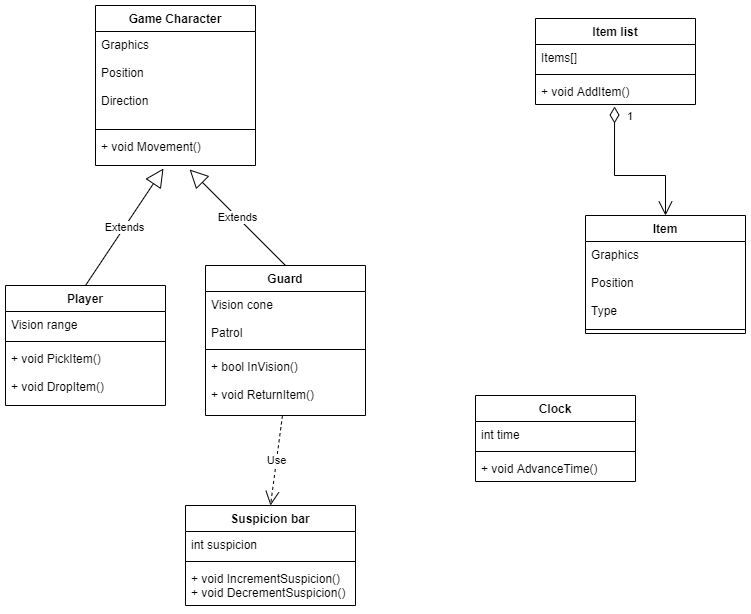
ivo-hr/last_escape_nnd keeps this draw.io diagram as images/diagramaUML.png. Above is the earlier version. Source tidied: cells renumbered, new cells last; positions are measured from the earlier drawing's top-left corner, leaving out a move shared by most shapes.
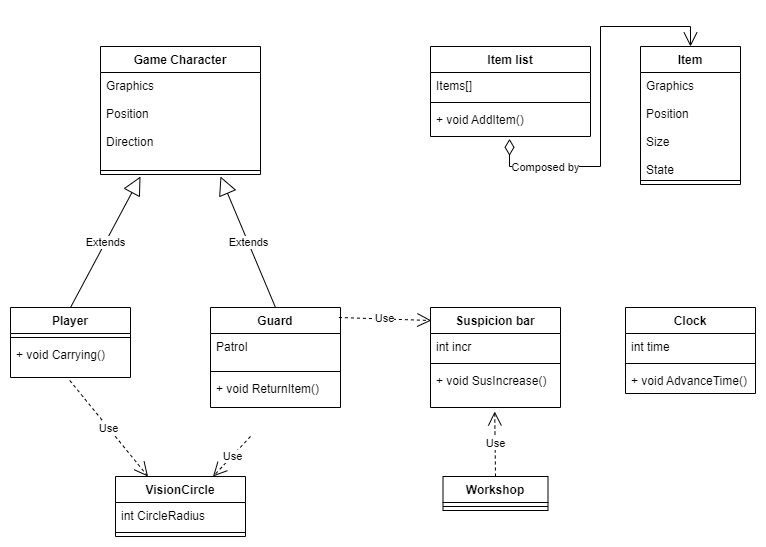
After the commit.

Change to the diagram source:
```diff
@@ -3,7 +3,7 @@
     <mxCell id="0" />
     <mxCell id="1" parent="0" />
     <mxCell id="2" value="Game Character&#10;" style="swimlane;fontStyle=1;align=center;verticalAlign=top;horizontal=1;startSize=26;" parent="1" vertex="1">
-      <mxGeometry x="90" width="160" height="160" as="geometry" />
+      <mxGeometry x="90" width="160" height="128" as="geometry" />
     </mxCell>
     <mxCell id="3" value="Graphics&#10; &#10;Position&#10;&#10;Direction&#10;" style="text;strokeColor=none;fillColor=none;align=left;verticalAlign=top;spacingLeft=4;spacingRight=4;overflow=hidden;" parent="2" vertex="1">
       <mxGeometry y="26" width="160" height="94" as="geometry" />
@@ -11,94 +11,125 @@
     <mxCell id="4" style="line;strokeWidth=1;fillColor=none;align=left;verticalAlign=middle;spacingTop=-1;spacingLeft=3;spacingRight=3;labelPosition=right;" parent="2" vertex="1">
       <mxGeometry y="120" width="160" height="8" as="geometry" />
     </mxCell>
-    <mxCell id="5" value="+ void Movement()" style="text;strokeColor=none;fillColor=none;align=left;verticalAlign=top;spacingLeft=4;spacingRight=4;overflow=hidden;points=[[0,0.5],[1,0.5]];portConstraint=eastwest;" parent="2" vertex="1">
-      <mxGeometry y="128" width="160" height="32" as="geometry" />
-    </mxCell>
     <mxCell id="6" value="Player" style="swimlane;fontStyle=1;align=center;verticalAlign=top;horizontal=1;startSize=26;" parent="1" vertex="1">
-      <mxGeometry y="280" width="160" height="120" as="geometry" />
+      <mxGeometry y="261" width="120" height="70" as="geometry" />
     </mxCell>
-    <mxCell id="7" value="Vision range" style="text;strokeColor=none;fillColor=none;align=left;verticalAlign=top;spacingLeft=4;spacingRight=4;overflow=hidden;" parent="6" vertex="1">
-      <mxGeometry y="26" width="160" height="26" as="geometry" />
-    </mxCell>
-    <mxCell id="8" style="line;strokeWidth=1;fillColor=none;align=left;verticalAlign=middle;spacingTop=-1;spacingLeft=3;spacingRight=3;labelPosition=right;" parent="6" vertex="1">
-      <mxGeometry y="52" width="160" height="8" as="geometry" />
-    </mxCell>
-    <mxCell id="9" value="+ void PickItem()&#10;&#10;+ void DropItem()" style="text;strokeColor=none;fillColor=none;align=left;verticalAlign=top;spacingLeft=4;spacingRight=4;overflow=hidden;" parent="6" vertex="1">
-      <mxGeometry y="60" width="160" height="60" as="geometry" />
-    </mxCell>
+    <mxCell id="33" style="line;strokeWidth=1;fillColor=none;align=left;verticalAlign=middle;spacingTop=-1;spacingLeft=3;spacingRight=3;labelPosition=right;" parent="6" vertex="1">
+      <mxGeometry y="26" width="120" height="8" as="geometry" />
+    </mxCell>
+    <mxCell id="34" value="+ void Carrying()" style="text;strokeColor=none;fillColor=none;align=left;verticalAlign=top;spacingLeft=4;spacingRight=4;overflow=hidden;points=[[0,0.5],[1,0.5]];portConstraint=eastwest;" parent="6" vertex="1">
+      <mxGeometry y="34" width="120" height="36" as="geometry" />
+    </mxCell>
     <mxCell id="10" value="Guard" style="swimlane;fontStyle=1;align=center;verticalAlign=top;horizontal=1;startSize=26;" parent="1" vertex="1">
-      <mxGeometry x="200" y="260" width="160" height="150" as="geometry" />
+      <mxGeometry x="200" y="261" width="130" height="100" as="geometry" />
     </mxCell>
-    <mxCell id="11" value="Vision cone&#10;&#10;Patrol" style="text;strokeColor=none;fillColor=none;align=left;verticalAlign=top;spacingLeft=4;spacingRight=4;overflow=hidden;" parent="10" vertex="1">
-      <mxGeometry y="26" width="160" height="54" as="geometry" />
-    </mxCell>
-    <mxCell id="12" style="line;strokeWidth=1;fillColor=none;align=left;verticalAlign=middle;spacingTop=-1;spacingLeft=3;spacingRight=3;labelPosition=right;" parent="10" vertex="1">
-      <mxGeometry y="80" width="160" height="8" as="geometry" />
-    </mxCell>
-    <mxCell id="13" value="+ bool InVision()&#10;&#10;+ void ReturnItem() " style="text;strokeColor=none;fillColor=none;align=left;verticalAlign=top;spacingLeft=4;spacingRight=4;overflow=hidden;points=[[0,0.5],[1,0.5]];portConstraint=eastwest;" parent="10" vertex="1">
-      <mxGeometry y="88" width="160" height="62" as="geometry" />
-    </mxCell>
+    <mxCell id="35" value="Patrol" style="text;strokeColor=none;fillColor=none;align=left;verticalAlign=top;spacingLeft=4;spacingRight=4;overflow=hidden;" parent="10" vertex="1">
+      <mxGeometry y="26" width="130" height="34" as="geometry" />
+    </mxCell>
+    <mxCell id="36" style="line;strokeWidth=1;fillColor=none;align=left;verticalAlign=middle;spacingTop=-1;spacingLeft=3;spacingRight=3;labelPosition=right;" parent="10" vertex="1">
+      <mxGeometry y="60" width="130" height="8" as="geometry" />
+    </mxCell>
+    <mxCell id="37" value="+ void ReturnItem() " style="text;strokeColor=none;fillColor=none;align=left;verticalAlign=top;spacingLeft=4;spacingRight=4;overflow=hidden;" parent="10" vertex="1">
+      <mxGeometry y="68" width="130" height="32" as="geometry" />
+    </mxCell>
     <mxCell id="14" value="Suspicion bar" style="swimlane;fontStyle=1;align=center;verticalAlign=top;horizontal=1;startSize=26;" parent="1" vertex="1">
-      <mxGeometry x="180" y="500" width="170" height="100" as="geometry" />
+      <mxGeometry x="420" y="261" width="130" height="100" as="geometry" />
     </mxCell>
-    <mxCell id="15" value="int suspicion" style="text;strokeColor=none;fillColor=none;align=left;verticalAlign=top;spacingLeft=4;spacingRight=4;overflow=hidden;" parent="14" vertex="1">
-      <mxGeometry y="26" width="170" height="26" as="geometry" />
-    </mxCell>
-    <mxCell id="16" style="line;strokeWidth=1;fillColor=none;align=left;verticalAlign=middle;spacingTop=-1;spacingLeft=3;spacingRight=3;labelPosition=right;" parent="14" vertex="1">
-      <mxGeometry y="52" width="170" height="8" as="geometry" />
-    </mxCell>
-    <mxCell id="17" value="+ void IncrementSuspicion()&#10;+ void DecrementSuspicion()" style="text;strokeColor=none;fillColor=none;align=left;verticalAlign=top;spacingLeft=4;spacingRight=4;overflow=hidden;" parent="14" vertex="1">
-      <mxGeometry y="60" width="170" height="40" as="geometry" />
-    </mxCell>
+    <mxCell id="38" value="int incr" style="text;strokeColor=none;fillColor=none;align=left;verticalAlign=top;spacingLeft=4;spacingRight=4;overflow=hidden;" parent="14" vertex="1">
+      <mxGeometry y="26" width="130" height="26" as="geometry" />
+    </mxCell>
+    <mxCell id="39" style="line;strokeWidth=1;fillColor=none;align=left;verticalAlign=middle;spacingTop=-1;spacingLeft=3;spacingRight=3;labelPosition=right;" parent="14" vertex="1">
+      <mxGeometry y="52" width="130" height="8" as="geometry" />
+    </mxCell>
+    <mxCell id="40" value="+ void SusIncrease()" style="text;strokeColor=none;fillColor=none;align=left;verticalAlign=top;spacingLeft=4;spacingRight=4;overflow=hidden;points=[[0,0.5],[1,0.5]];portConstraint=eastwest;" parent="14" vertex="1">
+      <mxGeometry y="60" width="130" height="40" as="geometry" />
+    </mxCell>
     <mxCell id="18" value="Clock&#10;" style="swimlane;fontStyle=1;align=center;verticalAlign=top;horizontal=1;startSize=26;" parent="1" vertex="1">
-      <mxGeometry x="470" y="390" width="160" height="86" as="geometry" />
+      <mxGeometry x="615" y="261" width="130" height="86" as="geometry" />
     </mxCell>
     <mxCell id="19" value="int time" style="text;strokeColor=none;fillColor=none;align=left;verticalAlign=top;spacingLeft=4;spacingRight=4;overflow=hidden;" parent="18" vertex="1">
-      <mxGeometry y="26" width="160" height="26" as="geometry" />
+      <mxGeometry y="26" width="130" height="26" as="geometry" />
     </mxCell>
-    <mxCell id="20" style="line;strokeWidth=1;fillColor=none;align=left;verticalAlign=middle;spacingTop=-1;spacingLeft=3;spacingRight=3;labelPosition=right;" parent="18" vertex="1">
-      <mxGeometry y="52" width="160" height="8" as="geometry" />
-    </mxCell>
+    <mxCell id="41" style="line;strokeWidth=1;fillColor=none;align=left;verticalAlign=middle;spacingTop=-1;spacingLeft=3;spacingRight=3;labelPosition=right;" parent="18" vertex="1">
+      <mxGeometry y="52" width="130" height="8" as="geometry" />
+    </mxCell>
     <mxCell id="21" value="+ void AdvanceTime()" style="text;strokeColor=none;fillColor=none;align=left;verticalAlign=top;spacingLeft=4;spacingRight=4;overflow=hidden;" parent="18" vertex="1">
-      <mxGeometry y="60" width="160" height="26" as="geometry" />
+      <mxGeometry y="60" width="130" height="26" as="geometry" />
     </mxCell>
     <mxCell id="22" value="Item" style="swimlane;fontStyle=1;align=center;verticalAlign=top;horizontal=1;startSize=26;" parent="1" vertex="1">
-      <mxGeometry x="580" y="210" width="160" height="118" as="geometry" />
+      <mxGeometry x="630" width="100" height="138" as="geometry" />
     </mxCell>
-    <mxCell id="23" value="Graphics&#10;&#10;Position&#10;&#10;Type" style="text;strokeColor=none;fillColor=none;align=left;verticalAlign=top;spacingLeft=4;spacingRight=4;overflow=hidden;" parent="22" vertex="1">
-      <mxGeometry y="26" width="160" height="84" as="geometry" />
-    </mxCell>
-    <mxCell id="24" style="line;strokeWidth=1;fillColor=none;align=left;verticalAlign=middle;spacingTop=-1;spacingLeft=3;spacingRight=3;labelPosition=right;" parent="22" vertex="1">
-      <mxGeometry y="110" width="160" height="8" as="geometry" />
-    </mxCell>
-    <mxCell id="25" value="Extends" style="endArrow=block;endSize=16;endFill=0;html=1;exitX=0.5;exitY=0;exitDx=0;exitDy=0;entryX=0.425;entryY=1.094;entryDx=0;entryDy=0;entryPerimeter=0;" parent="1" edge="1" source="6" target="5">
-      <mxGeometry relative="1" as="geometry" />
-    </mxCell>
-    <mxCell id="26" value="Extends" style="endArrow=block;endSize=16;endFill=0;html=1;exitX=0.5;exitY=0;exitDx=0;exitDy=0;entryX=0.588;entryY=1.125;entryDx=0;entryDy=0;entryPerimeter=0;" parent="1" edge="1" source="10" target="5">
-      <mxGeometry relative="1" as="geometry" />
-    </mxCell>
-    <mxCell id="27" value="Use" style="endArrow=open;endSize=12;dashed=1;html=1;entryX=0.5;entryY=0;entryDx=0;entryDy=0;exitX=0.481;exitY=1;exitDx=0;exitDy=0;exitPerimeter=0;" parent="1" edge="1" source="13" target="14">
-      <mxGeometry relative="1" as="geometry" />
-    </mxCell>
+    <mxCell id="42" value="Graphics&#10;&#10;Position&#10;&#10;Size&#10;&#10;State" style="text;strokeColor=none;fillColor=none;align=left;verticalAlign=top;spacingLeft=4;spacingRight=4;overflow=hidden;" parent="22" vertex="1">
+      <mxGeometry y="26" width="100" height="104" as="geometry" />
+    </mxCell>
+    <mxCell id="43" style="line;strokeWidth=1;fillColor=none;align=left;verticalAlign=middle;spacingTop=-1;spacingLeft=3;spacingRight=3;labelPosition=right;" parent="22" vertex="1">
+      <mxGeometry y="130" width="100" height="8" as="geometry" />
+    </mxCell>
+    <mxCell id="44" value="Extends" style="endArrow=block;endSize=16;endFill=0;html=1;exitX=0.5;exitY=0;exitDx=0;exitDy=0;" parent="1" edge="1" source="6">
+      <mxGeometry relative="1" as="geometry">
+        <mxPoint x="130" y="130" as="targetPoint" />
+      </mxGeometry>
+    </mxCell>
+    <mxCell id="45" value="Extends" style="endArrow=block;endSize=16;endFill=0;html=1;exitX=0.5;exitY=0;exitDx=0;exitDy=0;" parent="1" edge="1" source="10">
+      <mxGeometry relative="1" as="geometry">
+        <mxPoint x="210" y="130" as="targetPoint" />
+      </mxGeometry>
+    </mxCell>
+    <mxCell id="46" value="Use" style="endArrow=open;endSize=12;dashed=1;html=1;entryX=0.006;entryY=0.13;entryDx=0;entryDy=0;exitX=0.988;exitY=0.1;exitDx=0;exitDy=0;exitPerimeter=0;entryPerimeter=0;" parent="1" edge="1" source="10" target="14">
+      <mxGeometry relative="1" as="geometry" />
+    </mxCell>
     <mxCell id="28" value="Item list" style="swimlane;fontStyle=1;align=center;verticalAlign=top;horizontal=1;startSize=26;" parent="1" vertex="1">
-      <mxGeometry x="530" y="13" width="160" height="86" as="geometry" />
+      <mxGeometry x="420" width="160" height="90" as="geometry" />
     </mxCell>
     <mxCell id="29" value="Items[]" style="text;strokeColor=none;fillColor=none;align=left;verticalAlign=top;spacingLeft=4;spacingRight=4;overflow=hidden;" parent="28" vertex="1">
       <mxGeometry y="26" width="160" height="26" as="geometry" />
     </mxCell>
-    <mxCell id="30" style="line;strokeWidth=1;fillColor=none;align=left;verticalAlign=middle;spacingTop=-1;spacingLeft=3;spacingRight=3;labelPosition=right;" parent="28" vertex="1">
-      <mxGeometry y="52" width="160" height="8" as="geometry" />
-    </mxCell>
+    <mxCell id="47" style="line;strokeWidth=1;fillColor=none;align=left;verticalAlign=middle;spacingTop=-1;spacingLeft=3;spacingRight=3;labelPosition=right;" parent="28" vertex="1">
+      <mxGeometry y="52" width="160" height="8" as="geometry" />
+    </mxCell>
     <mxCell id="31" value="+ void AddItem()" style="text;strokeColor=none;fillColor=none;align=left;verticalAlign=top;spacingLeft=4;spacingRight=4;overflow=hidden;points=[[0,0.5],[1,0.5]];portConstraint=eastwest;" parent="28" vertex="1">
-      <mxGeometry y="60" width="160" height="26" as="geometry" />
+      <mxGeometry y="60" width="160" height="30" as="geometry" />
     </mxCell>
-    <mxCell id="32" value="1" style="endArrow=open;html=1;endSize=12;startArrow=diamondThin;startSize=14;startFill=0;edgeStyle=orthogonalEdgeStyle;align=left;verticalAlign=bottom;rounded=0;exitX=0.494;exitY=1.077;exitDx=0;exitDy=0;exitPerimeter=0;entryX=0.5;entryY=0;entryDx=0;entryDy=0;" parent="1" edge="1" source="31" target="22">
+    <mxCell id="32" style="endArrow=open;html=1;endSize=12;startArrow=diamondThin;startSize=14;startFill=0;edgeStyle=orthogonalEdgeStyle;align=left;verticalAlign=bottom;rounded=0;exitX=0.494;exitY=1.077;exitDx=0;exitDy=0;exitPerimeter=0;entryX=0.5;entryY=0;entryDx=0;entryDy=0;" parent="1" edge="1" source="31" target="22">
       <mxGeometry x="-0.76" y="11" relative="1" as="geometry">
         <Array as="points">
-          <mxPoint x="609" y="170" />
-          <mxPoint x="660" y="170" />
+          <mxPoint x="499" y="120" />
+          <mxPoint x="590" y="120" />
+          <mxPoint x="590" y="-20" />
+          <mxPoint x="680" y="-20" />
         </Array>
       </mxGeometry>
     </mxCell>
+    <mxCell id="48" value="Composed by" style="edgeLabel;html=1;align=center;verticalAlign=middle;" parent="32" vertex="1">
+      <mxGeometry x="-0.53" relative="1" as="geometry">
+        <mxPoint x="-24" as="offset" />
+      </mxGeometry>
+    </mxCell>
+    <mxCell id="49" value="Workshop" style="swimlane;fontStyle=1;align=center;verticalAlign=top;horizontal=1;startSize=26;" parent="1" vertex="1">
+      <mxGeometry x="432.5" y="430" width="105" height="34" as="geometry" />
+    </mxCell>
+    <mxCell id="50" style="line;strokeWidth=1;fillColor=none;align=left;verticalAlign=middle;spacingTop=-1;spacingLeft=3;spacingRight=3;labelPosition=right;" parent="49" vertex="1">
+      <mxGeometry y="26" width="105" height="8" as="geometry" />
+    </mxCell>
+    <mxCell id="51" value="Use" style="endArrow=open;endSize=12;dashed=1;html=1;exitX=0.5;exitY=0;exitDx=0;exitDy=0;entryX=0.494;entryY=1.1;entryDx=0;entryDy=0;entryPerimeter=0;" parent="1" edge="1" source="49" target="40">
+      <mxGeometry relative="1" as="geometry" />
+    </mxCell>
+    <mxCell id="52" value="VisionCircle" style="swimlane;fontStyle=1;align=center;verticalAlign=top;horizontal=1;startSize=26;" parent="1" vertex="1">
+      <mxGeometry x="105" y="430" width="130" height="60" as="geometry" />
+    </mxCell>
+    <mxCell id="53" value="int CircleRadius" style="text;strokeColor=none;fillColor=none;align=left;verticalAlign=top;spacingLeft=4;spacingRight=4;overflow=hidden;" parent="52" vertex="1">
+      <mxGeometry y="26" width="130" height="26" as="geometry" />
+    </mxCell>
+    <mxCell id="54" style="line;strokeWidth=1;fillColor=none;align=left;verticalAlign=middle;spacingTop=-1;spacingLeft=3;spacingRight=3;labelPosition=right;" parent="52" vertex="1">
+      <mxGeometry y="52" width="130" height="8" as="geometry" />
+    </mxCell>
+    <mxCell id="55" value="Use" style="endArrow=open;endSize=12;dashed=1;html=1;entryX=0.25;entryY=0;entryDx=0;entryDy=0;exitX=0.494;exitY=1.083;exitDx=0;exitDy=0;exitPerimeter=0;" parent="1" edge="1" source="34" target="52">
+      <mxGeometry relative="1" as="geometry" />
+    </mxCell>
+    <mxCell id="56" value="Use" style="endArrow=open;endSize=12;dashed=1;html=1;entryX=0.75;entryY=0;entryDx=0;entryDy=0;" parent="1" edge="1" target="52">
+      <mxGeometry relative="1" as="geometry">
+        <mxPoint x="240" y="390" as="sourcePoint" />
+      </mxGeometry>
+    </mxCell>
   </root>
 </mxGraphModel>
```
